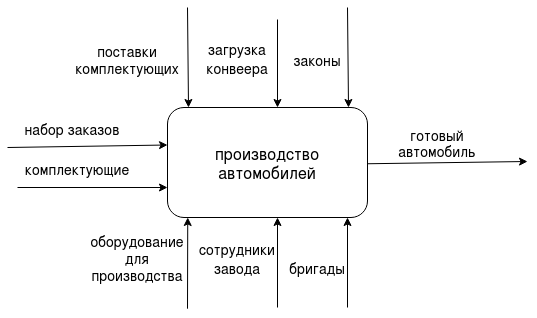
Liza858/ArchitectureHomeWorks keeps this draw.io diagram as IDEF0_1.png. Above is the earlier version. Source tidied: cells renumbered, new cells last; positions are measured from the earlier drawing's top-left corner, leaving out a move shared by most shapes. The source it was exported from:
```xml
<mxGraphModel background="#ffffff">
  <root>
    <mxCell id="0" style="html=1;" />
    <mxCell id="1" style="html=1;" parent="0" />
    <mxCell id="2" style="endArrow=classic;html=1;fontSize=17;entryX=0;entryY=0.25;entryDx=0;entryDy=0;" parent="1" edge="1">
      <mxGeometry relative="1" as="geometry">
        <mxPoint y="140" as="sourcePoint" />
        <mxPoint x="160" y="137.5" as="targetPoint" />
      </mxGeometry>
    </mxCell>
    <mxCell id="3" value="&lt;font style=&quot;font-size: 14px&quot;&gt;набор заказов&lt;/font&gt;" style="text;html=1;strokeColor=none;fillColor=none;align=center;verticalAlign=middle;whiteSpace=wrap;rounded=0;fontSize=17;" parent="1" vertex="1">
      <mxGeometry y="110" width="130" height="20" as="geometry" />
    </mxCell>
    <mxCell id="4" style="endArrow=classic;html=1;fontSize=17;" parent="1" edge="1">
      <mxGeometry relative="1" as="geometry">
        <mxPoint x="180" as="sourcePoint" />
        <mxPoint x="181" y="100" as="targetPoint" />
      </mxGeometry>
    </mxCell>
    <mxCell id="5" style="endArrow=classic;html=1;fontSize=17;" parent="1" edge="1">
      <mxGeometry relative="1" as="geometry">
        <mxPoint x="340" as="sourcePoint" />
        <mxPoint x="341" y="100" as="targetPoint" />
      </mxGeometry>
    </mxCell>
    <mxCell id="6" value="&lt;div style=&quot;font-size: 14px&quot;&gt;&lt;font style=&quot;font-size: 14px&quot;&gt;законы&lt;/font&gt;&lt;/div&gt;&lt;div style=&quot;font-size: 14px&quot;&gt;&lt;font style=&quot;font-size: 14px&quot;&gt;&lt;br&gt;&lt;/font&gt;&lt;/div&gt;" style="text;html=1;strokeColor=none;fillColor=none;align=center;verticalAlign=middle;whiteSpace=wrap;rounded=0;fontSize=17;" parent="1" vertex="1">
      <mxGeometry x="290" y="50" width="40" height="20" as="geometry" />
    </mxCell>
    <mxCell id="7" style="endArrow=classic;html=1;fontSize=17;entryX=0.208;entryY=0.992;entryDx=0;entryDy=0;entryPerimeter=0;" parent="1" edge="1">
      <mxGeometry relative="1" as="geometry">
        <mxPoint x="180" y="301.2" as="sourcePoint" />
        <mxPoint x="180.2" y="210" as="targetPoint" />
      </mxGeometry>
    </mxCell>
    <mxCell id="8" value="&lt;font style=&quot;font-size: 14px&quot;&gt;загрузка конвеера&lt;/font&gt;" style="text;html=1;strokeColor=none;fillColor=none;align=center;verticalAlign=middle;whiteSpace=wrap;rounded=0;fontSize=16;" parent="1" vertex="1">
      <mxGeometry x="210" y="40" width="40" height="20" as="geometry" />
    </mxCell>
    <mxCell id="9" style="endArrow=classic;html=1;fontSize=16;" parent="1" edge="1">
      <mxGeometry relative="1" as="geometry">
        <mxPoint x="270" y="12" as="sourcePoint" />
        <mxPoint x="270" y="100" as="targetPoint" />
      </mxGeometry>
    </mxCell>
    <mxCell id="10" value="&lt;div style=&quot;font-size: 14px&quot;&gt;&lt;font style=&quot;font-size: 14px&quot;&gt;поставки комплектующих&lt;/font&gt;&lt;/div&gt;&lt;div style=&quot;font-size: 14px&quot;&gt;&lt;font style=&quot;font-size: 14px&quot;&gt;&lt;br&gt;&lt;/font&gt;&lt;/div&gt;" style="text;html=1;strokeColor=none;fillColor=none;align=center;verticalAlign=middle;whiteSpace=wrap;rounded=0;fontSize=16;" parent="1" vertex="1">
      <mxGeometry x="100" y="40" width="40" height="40" as="geometry" />
    </mxCell>
    <mxCell id="11" value="&lt;font style=&quot;font-size: 14px&quot;&gt;сотрудники завода&lt;/font&gt;" style="text;html=1;strokeColor=none;fillColor=none;align=center;verticalAlign=middle;whiteSpace=wrap;rounded=0;fontSize=16;" parent="1" vertex="1">
      <mxGeometry x="210" y="240" width="40" height="20" as="geometry" />
    </mxCell>
    <mxCell id="12" style="rounded=1;whiteSpace=wrap;html=1;fontSize=16;" parent="1" vertex="1">
      <mxGeometry x="160" y="100" width="200" height="110" as="geometry" />
    </mxCell>
    <mxCell id="13" value="производство автомобилей" style="text;html=1;strokeColor=none;fillColor=none;align=center;verticalAlign=middle;whiteSpace=wrap;rounded=0;fontSize=16;" parent="1" vertex="1">
      <mxGeometry x="240" y="145" width="40" height="20" as="geometry" />
    </mxCell>
    <mxCell id="14" style="endArrow=classic;html=1;fontSize=17;entryX=-0.007;entryY=0.58;entryDx=0;entryDy=0;entryPerimeter=0;" parent="1" edge="1">
      <mxGeometry relative="1" as="geometry">
        <mxPoint x="10" y="180" as="sourcePoint" />
        <mxPoint x="160" y="180" as="targetPoint" />
      </mxGeometry>
    </mxCell>
    <mxCell id="15" value="&lt;font style=&quot;font-size: 14px&quot;&gt;комплектующие&lt;/font&gt;" style="text;html=1;strokeColor=none;fillColor=none;align=center;verticalAlign=middle;whiteSpace=wrap;rounded=0;fontSize=17;" parent="1" vertex="1">
      <mxGeometry x="50" y="150" width="40" height="20" as="geometry" />
    </mxCell>
    <mxCell id="16" style="endArrow=classic;html=1;fontSize=17;" parent="1" edge="1">
      <mxGeometry relative="1" as="geometry">
        <mxPoint x="360" y="156.2" as="sourcePoint" />
        <mxPoint x="520" y="154" as="targetPoint" />
      </mxGeometry>
    </mxCell>
    <mxCell id="17" value="готовый автомобиль" style="text;html=1;strokeColor=none;fillColor=none;align=center;verticalAlign=middle;whiteSpace=wrap;rounded=0;fontSize=14;" parent="1" vertex="1">
      <mxGeometry x="410" y="125" width="40" height="20" as="geometry" />
    </mxCell>
    <mxCell id="18" style="endArrow=classic;html=1;fontSize=14;" parent="1" edge="1">
      <mxGeometry relative="1" as="geometry">
        <mxPoint x="340" y="300" as="sourcePoint" />
        <mxPoint x="340" y="210" as="targetPoint" />
      </mxGeometry>
    </mxCell>
    <mxCell id="19" value="бригады" style="text;html=1;strokeColor=none;fillColor=none;align=center;verticalAlign=middle;whiteSpace=wrap;rounded=0;fontSize=14;" parent="1" vertex="1">
      <mxGeometry x="290" y="250" width="40" height="20" as="geometry" />
    </mxCell>
    <mxCell id="20" style="endArrow=classic;html=1;fontSize=14;" parent="1" edge="1">
      <mxGeometry relative="1" as="geometry">
        <mxPoint x="270" y="300" as="sourcePoint" />
        <mxPoint x="270" y="210" as="targetPoint" />
      </mxGeometry>
    </mxCell>
    <mxCell id="21" value="&lt;div&gt;оборудование &lt;br&gt;&lt;/div&gt;&lt;div&gt;для производства&lt;br&gt;&lt;/div&gt;" style="text;html=1;strokeColor=none;fillColor=none;align=center;verticalAlign=middle;whiteSpace=wrap;rounded=0;fontSize=14;" parent="1" vertex="1">
      <mxGeometry x="110" y="240" width="40" height="20" as="geometry" />
    </mxCell>
  </root>
</mxGraphModel>
```
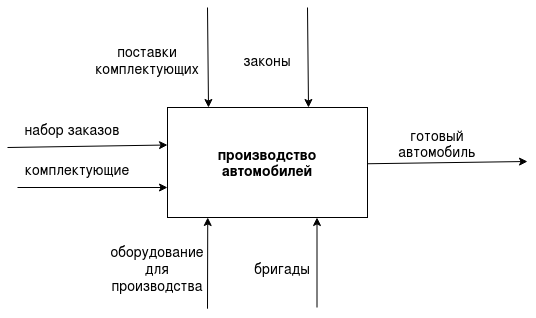
Later version of the same file.

Change to the diagram source:
```diff
@@ -13,46 +13,28 @@
     </mxCell>
     <mxCell id="4" style="endArrow=classic;html=1;fontSize=17;" parent="1" edge="1">
       <mxGeometry relative="1" as="geometry">
-        <mxPoint x="180" as="sourcePoint" />
-        <mxPoint x="181" y="100" as="targetPoint" />
+        <mxPoint x="200" as="sourcePoint" />
+        <mxPoint x="201" y="100" as="targetPoint" />
       </mxGeometry>
     </mxCell>
     <mxCell id="5" style="endArrow=classic;html=1;fontSize=17;" parent="1" edge="1">
       <mxGeometry relative="1" as="geometry">
-        <mxPoint x="340" as="sourcePoint" />
-        <mxPoint x="341" y="100" as="targetPoint" />
+        <mxPoint x="300" as="sourcePoint" />
+        <mxPoint x="301" y="100" as="targetPoint" />
       </mxGeometry>
     </mxCell>
     <mxCell id="6" value="&lt;div style=&quot;font-size: 14px&quot;&gt;&lt;font style=&quot;font-size: 14px&quot;&gt;законы&lt;/font&gt;&lt;/div&gt;&lt;div style=&quot;font-size: 14px&quot;&gt;&lt;font style=&quot;font-size: 14px&quot;&gt;&lt;br&gt;&lt;/font&gt;&lt;/div&gt;" style="text;html=1;strokeColor=none;fillColor=none;align=center;verticalAlign=middle;whiteSpace=wrap;rounded=0;fontSize=17;" parent="1" vertex="1">
-      <mxGeometry x="290" y="50" width="40" height="20" as="geometry" />
+      <mxGeometry x="240" y="50" width="40" height="20" as="geometry" />
     </mxCell>
     <mxCell id="7" style="endArrow=classic;html=1;fontSize=17;entryX=0.208;entryY=0.992;entryDx=0;entryDy=0;entryPerimeter=0;" parent="1" edge="1">
       <mxGeometry relative="1" as="geometry">
-        <mxPoint x="180" y="301.2" as="sourcePoint" />
-        <mxPoint x="180.2" y="210" as="targetPoint" />
+        <mxPoint x="200" y="301.2" as="sourcePoint" />
+        <mxPoint x="200.2" y="210" as="targetPoint" />
       </mxGeometry>
     </mxCell>
-    <mxCell id="8" value="&lt;font style=&quot;font-size: 14px&quot;&gt;загрузка конвеера&lt;/font&gt;" style="text;html=1;strokeColor=none;fillColor=none;align=center;verticalAlign=middle;whiteSpace=wrap;rounded=0;fontSize=16;" parent="1" vertex="1">
-      <mxGeometry x="210" y="40" width="40" height="20" as="geometry" />
-    </mxCell>
-    <mxCell id="9" style="endArrow=classic;html=1;fontSize=16;" parent="1" edge="1">
-      <mxGeometry relative="1" as="geometry">
-        <mxPoint x="270" y="12" as="sourcePoint" />
-        <mxPoint x="270" y="100" as="targetPoint" />
-      </mxGeometry>
-    </mxCell>
     <mxCell id="10" value="&lt;div style=&quot;font-size: 14px&quot;&gt;&lt;font style=&quot;font-size: 14px&quot;&gt;поставки комплектующих&lt;/font&gt;&lt;/div&gt;&lt;div style=&quot;font-size: 14px&quot;&gt;&lt;font style=&quot;font-size: 14px&quot;&gt;&lt;br&gt;&lt;/font&gt;&lt;/div&gt;" style="text;html=1;strokeColor=none;fillColor=none;align=center;verticalAlign=middle;whiteSpace=wrap;rounded=0;fontSize=16;" parent="1" vertex="1">
-      <mxGeometry x="100" y="40" width="40" height="40" as="geometry" />
+      <mxGeometry x="120" y="40" width="40" height="40" as="geometry" />
     </mxCell>
-    <mxCell id="11" value="&lt;font style=&quot;font-size: 14px&quot;&gt;сотрудники завода&lt;/font&gt;" style="text;html=1;strokeColor=none;fillColor=none;align=center;verticalAlign=middle;whiteSpace=wrap;rounded=0;fontSize=16;" parent="1" vertex="1">
-      <mxGeometry x="210" y="240" width="40" height="20" as="geometry" />
-    </mxCell>
-    <mxCell id="12" style="rounded=1;whiteSpace=wrap;html=1;fontSize=16;" parent="1" vertex="1">
-      <mxGeometry x="160" y="100" width="200" height="110" as="geometry" />
-    </mxCell>
-    <mxCell id="13" value="производство автомобилей" style="text;html=1;strokeColor=none;fillColor=none;align=center;verticalAlign=middle;whiteSpace=wrap;rounded=0;fontSize=16;" parent="1" vertex="1">
-      <mxGeometry x="240" y="145" width="40" height="20" as="geometry" />
-    </mxCell>
     <mxCell id="14" style="endArrow=classic;html=1;fontSize=17;entryX=-0.007;entryY=0.58;entryDx=0;entryDy=0;entryPerimeter=0;" parent="1" edge="1">
       <mxGeometry relative="1" as="geometry">
         <mxPoint x="10" y="180" as="sourcePoint" />
@@ -73,21 +55,18 @@
     </mxCell>
     <mxCell id="18" style="endArrow=classic;html=1;fontSize=14;" parent="1" edge="1">
       <mxGeometry relative="1" as="geometry">
-        <mxPoint x="340" y="300" as="sourcePoint" />
-        <mxPoint x="340" y="210" as="targetPoint" />
+        <mxPoint x="309.5" y="300" as="sourcePoint" />
+        <mxPoint x="309.5" y="210" as="targetPoint" />
       </mxGeometry>
     </mxCell>
     <mxCell id="19" value="бригады" style="text;html=1;strokeColor=none;fillColor=none;align=center;verticalAlign=middle;whiteSpace=wrap;rounded=0;fontSize=14;" parent="1" vertex="1">
-      <mxGeometry x="290" y="250" width="40" height="20" as="geometry" />
+      <mxGeometry x="220" y="250" width="110" height="20" as="geometry" />
     </mxCell>
-    <mxCell id="20" style="endArrow=classic;html=1;fontSize=14;" parent="1" edge="1">
-      <mxGeometry relative="1" as="geometry">
-        <mxPoint x="270" y="300" as="sourcePoint" />
-        <mxPoint x="270" y="210" as="targetPoint" />
-      </mxGeometry>
-    </mxCell>
     <mxCell id="21" value="&lt;div&gt;оборудование &lt;br&gt;&lt;/div&gt;&lt;div&gt;для производства&lt;br&gt;&lt;/div&gt;" style="text;html=1;strokeColor=none;fillColor=none;align=center;verticalAlign=middle;whiteSpace=wrap;rounded=0;fontSize=14;" parent="1" vertex="1">
-      <mxGeometry x="110" y="240" width="40" height="20" as="geometry" />
+      <mxGeometry x="130" y="250" width="40" height="20" as="geometry" />
     </mxCell>
+    <mxCell id="13" value="&lt;div&gt;&lt;b&gt;&lt;font style=&quot;font-size: 14px&quot;&gt;производство &lt;br&gt;&lt;/font&gt;&lt;/b&gt;&lt;/div&gt;&lt;div&gt;&lt;b&gt;&lt;font style=&quot;font-size: 14px&quot;&gt;автомобилей&lt;/font&gt;&lt;/b&gt;&lt;/div&gt;" style="rounded=0;whiteSpace=wrap;html=1;" parent="1" vertex="1">
+      <mxGeometry x="160" y="100" width="200" height="110" as="geometry" />
+    </mxCell>
   </root>
 </mxGraphModel>
```
